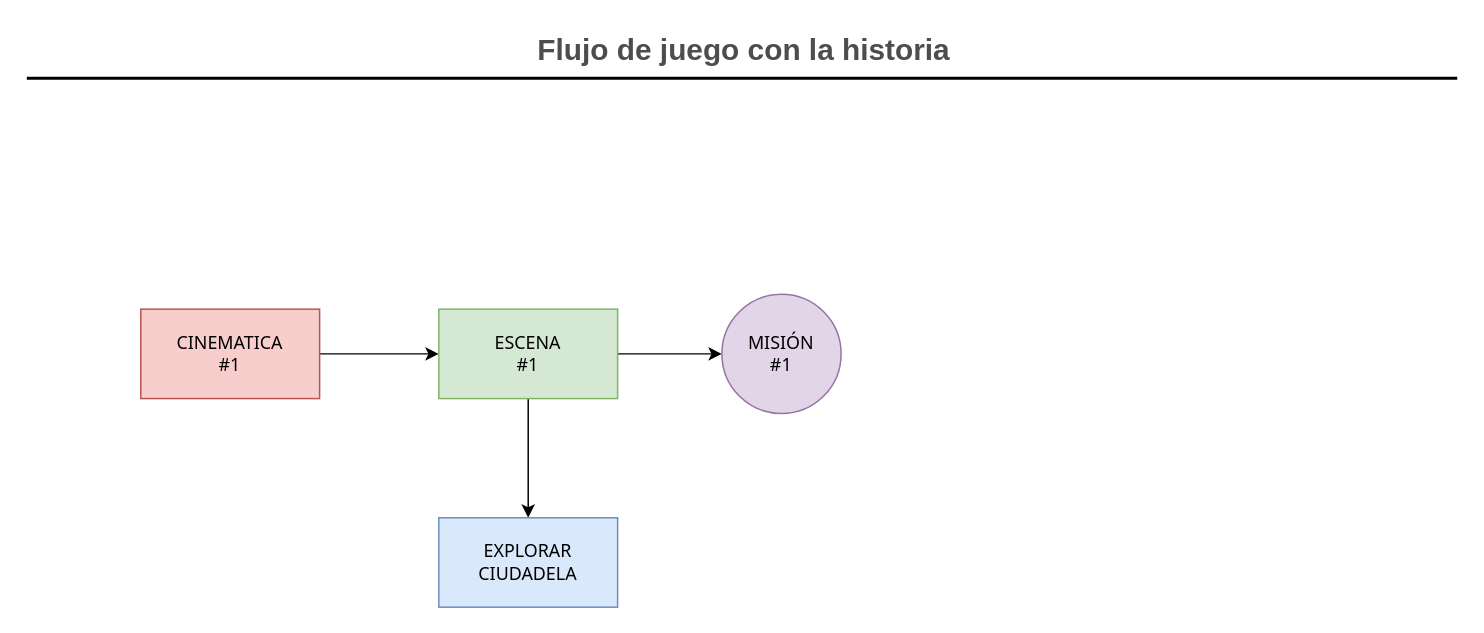
Before: DIAGRAMA TFT HISTORIA.drawio in liyo86/diagramaTFT, a draw.io diagram. Source tidied: cells renumbered, new cells numbered last; positions are measured from the earlier drawing's top-left corner, leaving out a move shared by most shapes. Both pictures are drawn from the tidied source at 149%, with x=0, y=0 at pixel (27, 25).
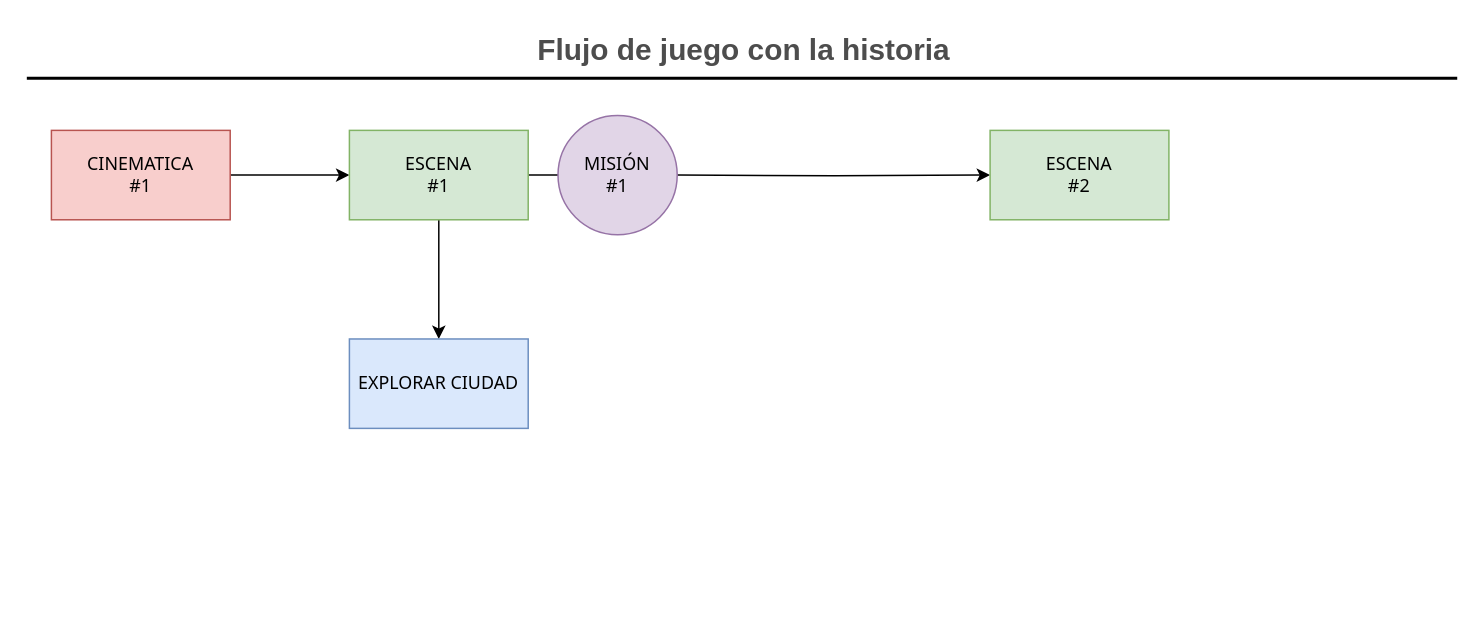
After the change.

The edit, as a diff of the source:
```diff
@@
 <mxGraphModel>
   <root>
     <mxCell id="0" />
     <mxCell id="1" parent="0" />
     <mxCell id="2" value="Flujo de juego con la historia" style="text;html=1;strokeColor=none;fillColor=none;align=center;verticalAlign=middle;whiteSpace=wrap;rounded=0;fontStyle=1;fontSize=20;fontColor=#4D4D4D;" parent="1" vertex="1">
       <mxGeometry x="85.5" width="790" height="30" as="geometry" />
     </mxCell>
     <mxCell id="3" style="line;strokeWidth=2;html=1;fontSize=20;fontColor=#4D4D4D;" parent="1" vertex="1">
       <mxGeometry x="-0.5" y="30" width="960" height="10" as="geometry" />
     </mxCell>
     <mxCell id="4" style="edgeStyle=orthogonalEdgeStyle;rounded=0;jettySize=auto;html=1;" parent="1" edge="1" source="5" target="8">
       <mxGeometry relative="1" as="geometry" />
     </mxCell>
     <mxCell id="5" value="CINEMATICA&lt;br&gt;#1" style="rounded=0;whiteSpace=wrap;html=1;fillColor=#f8cecc;strokeColor=#b85450;fontFamily=Tahoma;" parent="1" vertex="1">
-      <mxGeometry x="76" y="190" width="120" height="60" as="geometry" />
+      <mxGeometry x="16" y="70" width="120" height="60" as="geometry" />
     </mxCell>
-    <mxCell id="6" style="edgeStyle=orthogonalEdgeStyle;rounded=0;jettySize=auto;html=1;" parent="1" edge="1" source="8" target="9">
-      <mxGeometry relative="1" as="geometry" />
+    <mxCell id="6" style="edgeStyle=orthogonalEdgeStyle;rounded=0;jettySize=auto;html=1;" parent="1" edge="1" source="8">
+      <mxGeometry relative="1" as="geometry">
+        <mxPoint x="406" y="100" as="targetPoint" />
+      </mxGeometry>
     </mxCell>
     <mxCell id="7" style="edgeStyle=orthogonalEdgeStyle;rounded=0;jettySize=auto;html=1;" parent="1" edge="1" source="8" target="10">
       <mxGeometry relative="1" as="geometry" />
     </mxCell>
     <mxCell id="8" value="ESCENA&lt;br&gt;#1" style="rounded=0;whiteSpace=wrap;html=1;fillColor=#d5e8d4;strokeColor=#82b366;fontFamily=Tahoma;" parent="1" vertex="1">
-      <mxGeometry x="276" y="190" width="120" height="60" as="geometry" />
+      <mxGeometry x="216" y="70" width="120" height="60" as="geometry" />
     </mxCell>
+    <mxCell id="11" style="edgeStyle=orthogonalEdgeStyle;rounded=0;jettySize=auto;html=1;" parent="1" edge="1" target="12">
+      <mxGeometry relative="1" as="geometry">
+        <mxPoint x="436" y="100" as="sourcePoint" />
+      </mxGeometry>
+    </mxCell>
     <mxCell id="9" value="MISIÓN&lt;br&gt;#1" style="ellipse;whiteSpace=wrap;html=1;fontFamily=Tahoma;fillColor=#e1d5e7;strokeColor=#9673a6;rounded=0;" parent="1" vertex="1">
-      <mxGeometry x="466" y="180" width="80" height="80" as="geometry" />
+      <mxGeometry x="356" y="60" width="80" height="80" as="geometry" />
     </mxCell>
-    <mxCell id="10" value="EXPLORAR CIUDADELA" style="whiteSpace=wrap;html=1;fontFamily=Tahoma;fillColor=#dae8fc;strokeColor=#6c8ebf;rounded=0;" parent="1" vertex="1">
-      <mxGeometry x="276" y="330" width="120" height="60" as="geometry" />
+    <mxCell id="10" value="EXPLORAR CIUDAD" style="whiteSpace=wrap;html=1;fontFamily=Tahoma;fillColor=#dae8fc;strokeColor=#6c8ebf;rounded=0;" parent="1" vertex="1">
+      <mxGeometry x="216" y="210" width="120" height="60" as="geometry" />
     </mxCell>
+    <mxCell id="12" value="ESCENA&lt;br&gt;#2" style="whiteSpace=wrap;html=1;fontFamily=Tahoma;fillColor=#d5e8d4;strokeColor=#82b366;rounded=0;" parent="1" vertex="1">
+      <mxGeometry x="646" y="70" width="120" height="60" as="geometry" />
+    </mxCell>
   </root>
 </mxGraphModel>
```
